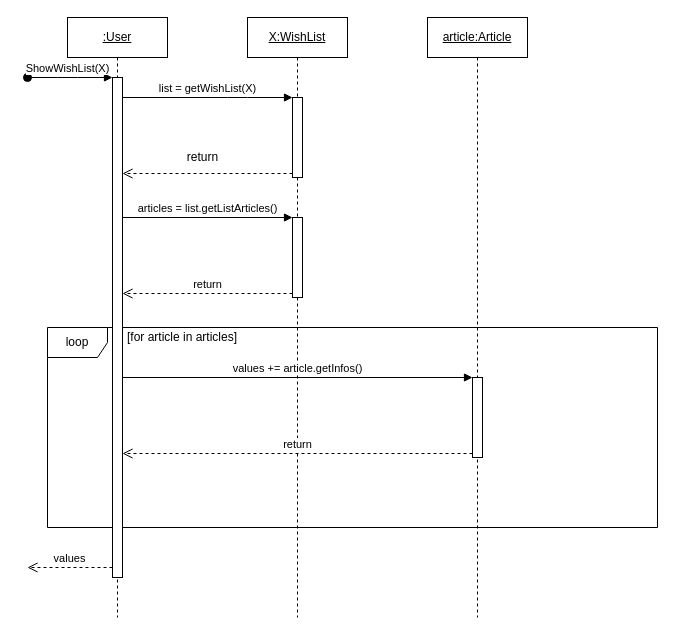
Above: Diagrammes/SequenceDiagrams/showWishlist.drawio in NNepper/LSINF1225-2020-GroupeL1.1-WishList (draw.io), before the change. Source tidied: cells renumbered, new cells numbered last; positions are measured from the earlier drawing's top-left corner, leaving out a move shared by most shapes. Both pictures are drawn from the tidied source at 100%, with x=0, y=0 at pixel (27, 17).
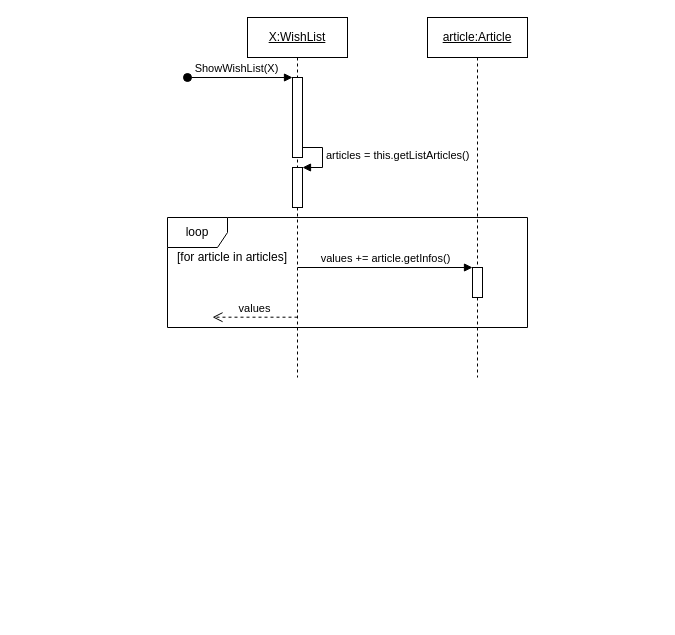
The same diagram, later.

Commit message (it also covers changes not shown here):
changement des diagrammes de showWishlist pour correspondre UML

The edit, as a diff of the source:
```diff
@@
     <mxCell id="2" value="loop" style="shape=umlFrame;whiteSpace=wrap;html=1;" parent="1" vertex="1">
-      <mxGeometry x="20" y="310" width="610" height="200" as="geometry" />
+      <mxGeometry x="140" y="200" width="360" height="110" as="geometry" />
     </mxCell>
-    <mxCell id="3" value="&lt;u&gt;:User&lt;/u&gt;" style="shape=umlLifeline;perimeter=lifelinePerimeter;whiteSpace=wrap;html=1;" parent="1" vertex="1">
-      <mxGeometry x="40" width="100" height="600" as="geometry" />
-    </mxCell>
-    <mxCell id="4" style="html=1;points=[];perimeter=orthogonalPerimeter;" parent="3" vertex="1">
-      <mxGeometry x="45" y="60" width="10" height="500" as="geometry" />
-    </mxCell>
-    <mxCell id="5" value="ShowWishList(X)" style="html=1;verticalAlign=bottom;startArrow=oval;endArrow=block;startSize=8;" parent="3" edge="1" target="4">
-      <mxGeometry x="-0.06" relative="1" as="geometry">
-        <mxPoint x="-40" y="60" as="sourcePoint" />
-        <Array as="points">
-          <mxPoint y="60" />
-        </Array>
-      </mxGeometry>
-    </mxCell>
     <mxCell id="6" value="&lt;u&gt;X:WishList&lt;/u&gt;" style="shape=umlLifeline;perimeter=lifelinePerimeter;whiteSpace=wrap;html=1;" parent="1" vertex="1">
-      <mxGeometry x="220" width="100" height="600" as="geometry" />
+      <mxGeometry x="220" width="100" height="360" as="geometry" />
     </mxCell>
-    <mxCell id="7" style="html=1;points=[];perimeter=orthogonalPerimeter;" parent="6" vertex="1">
-      <mxGeometry x="45" y="80" width="10" height="80" as="geometry" />
-    </mxCell>
-    <mxCell id="8" style="html=1;points=[];perimeter=orthogonalPerimeter;" parent="6" vertex="1">
-      <mxGeometry x="45" y="200" width="10" height="80" as="geometry" />
-    </mxCell>
-    <mxCell id="9" style="html=1;verticalAlign=bottom;endArrow=open;dashed=1;endSize=8;exitX=0;exitY=0.95;" parent="1" edge="1" source="7" target="4">
-      <mxGeometry relative="1" as="geometry" />
-    </mxCell>
-    <mxCell id="10" value="articles = list.getListArticles()" style="html=1;verticalAlign=bottom;endArrow=block;entryX=0;entryY=0;" parent="1" edge="1" source="4" target="8">
-      <mxGeometry relative="1" as="geometry" />
-    </mxCell>
-    <mxCell id="11" value="return" style="html=1;verticalAlign=bottom;endArrow=open;dashed=1;endSize=8;exitX=0;exitY=0.95;" parent="1" edge="1" source="8" target="4">
-      <mxGeometry relative="1" as="geometry" />
-    </mxCell>
-    <mxCell id="12" value="list = getWishList(X)" style="html=1;verticalAlign=bottom;endArrow=block;" parent="1" edge="1" source="4" target="7">
-      <mxGeometry relative="1" as="geometry">
-        <Array as="points">
-          <mxPoint x="210" y="80" />
-        </Array>
-      </mxGeometry>
-    </mxCell>
-    <mxCell id="13" value="return" style="text;html=1;align=center;verticalAlign=middle;" parent="1" vertex="1">
-      <mxGeometry x="150" y="130" width="50" height="20" as="geometry" />
-    </mxCell>
+    <mxCell id="20" style="html=1;points=[];perimeter=orthogonalPerimeter;" parent="6" vertex="1">
+      <mxGeometry x="45" y="150" width="10" height="40" as="geometry" />
+    </mxCell>
+    <mxCell id="21" value="&lt;span style=&quot;text-align: center&quot;&gt;articles = this.getListArticles()&lt;/span&gt;" style="edgeStyle=orthogonalEdgeStyle;html=1;align=left;spacingLeft=2;endArrow=block;rounded=0;entryX=1;entryY=0;" parent="6" edge="1" target="20">
+      <mxGeometry relative="1" as="geometry">
+        <mxPoint x="50" y="130" as="sourcePoint" />
+        <Array as="points">
+          <mxPoint x="75" y="130" />
+        </Array>
+      </mxGeometry>
+    </mxCell>
+    <mxCell id="22" style="html=1;points=[];perimeter=orthogonalPerimeter;" parent="6" vertex="1">
+      <mxGeometry x="45" y="60" width="10" height="80" as="geometry" />
+    </mxCell>
     <mxCell id="14" value="&lt;u&gt;article:Article&lt;/u&gt;" style="shape=umlLifeline;perimeter=lifelinePerimeter;whiteSpace=wrap;html=1;" parent="1" vertex="1">
-      <mxGeometry x="400" width="100" height="600" as="geometry" />
+      <mxGeometry x="400" width="100" height="360" as="geometry" />
     </mxCell>
     <mxCell id="15" style="html=1;points=[];perimeter=orthogonalPerimeter;" parent="14" vertex="1">
-      <mxGeometry x="45" y="360" width="10" height="80" as="geometry" />
+      <mxGeometry x="45" y="250" width="10" height="30" as="geometry" />
     </mxCell>
     <mxCell id="16" value="[for article in articles]" style="text;html=1;strokeColor=none;fillColor=none;align=center;verticalAlign=middle;whiteSpace=wrap;rounded=0;" parent="1" vertex="1">
-      <mxGeometry x="90" y="310" width="130" height="20" as="geometry" />
+      <mxGeometry x="140" y="230" width="130" height="20" as="geometry" />
     </mxCell>
-    <mxCell id="17" value="values += article.getInfos()" style="html=1;verticalAlign=bottom;endArrow=block;entryX=0;entryY=0;" parent="1" edge="1" source="4" target="15">
+    <mxCell id="17" value="values += article.getInfos()" style="html=1;verticalAlign=bottom;endArrow=block;entryX=0;entryY=0;exitX=1;exitY=1;exitDx=0;exitDy=0;" parent="1" edge="1" source="16" target="15">
       <mxGeometry relative="1" as="geometry" />
     </mxCell>
-    <mxCell id="18" value="return" style="html=1;verticalAlign=bottom;endArrow=open;dashed=1;endSize=8;exitX=0;exitY=0.95;" parent="1" edge="1" source="15" target="4">
-      <mxGeometry relative="1" as="geometry" />
-    </mxCell>
+    <mxCell id="5" value="ShowWishList(X)" style="html=1;verticalAlign=bottom;startArrow=oval;endArrow=block;startSize=8;" parent="1" edge="1" target="22">
+      <mxGeometry x="-0.06" relative="1" as="geometry">
+        <mxPoint x="160" y="60" as="sourcePoint" />
+      </mxGeometry>
+    </mxCell>
-    <mxCell id="19" value="values" style="html=1;verticalAlign=bottom;endArrow=open;dashed=1;endSize=8;" parent="1" edge="1" source="4">
+    <mxCell id="19" value="values" style="html=1;verticalAlign=bottom;endArrow=open;dashed=1;endSize=8;" parent="1" edge="1">
       <mxGeometry relative="1" as="geometry">
-        <mxPoint y="550" as="targetPoint" />
+        <mxPoint x="270" y="299.7" as="sourcePoint" />
+        <mxPoint x="185" y="299.7" as="targetPoint" />
       </mxGeometry>
     </mxCell>
```
